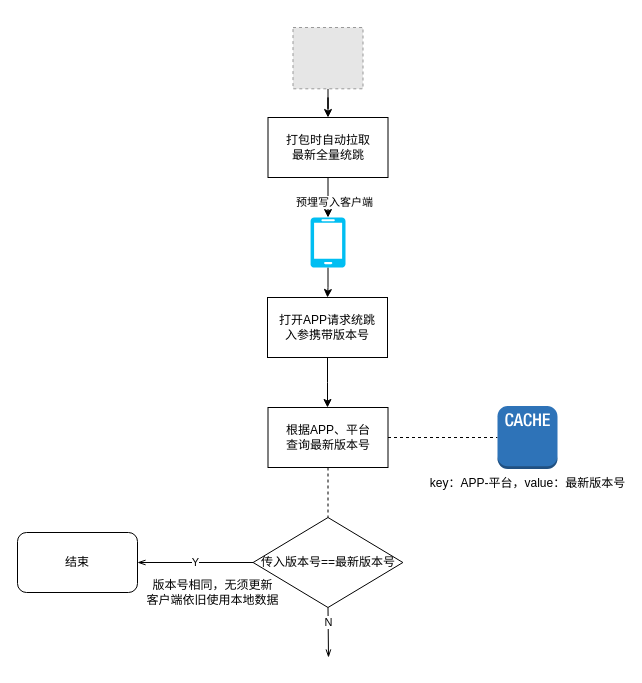
Above: 统跳2.0.drawio in pekah/Draw (draw.io), before the change. Source tidied: cells renumbered, new cells numbered last; positions are measured from the earlier drawing's top-left corner, leaving out a move shared by most shapes. Both pictures are drawn from the tidied source at 100%, with x=0, y=0 at pixel (17, 27). Pictures stored in the file or linked from it are replaced by grey dashed boxes.
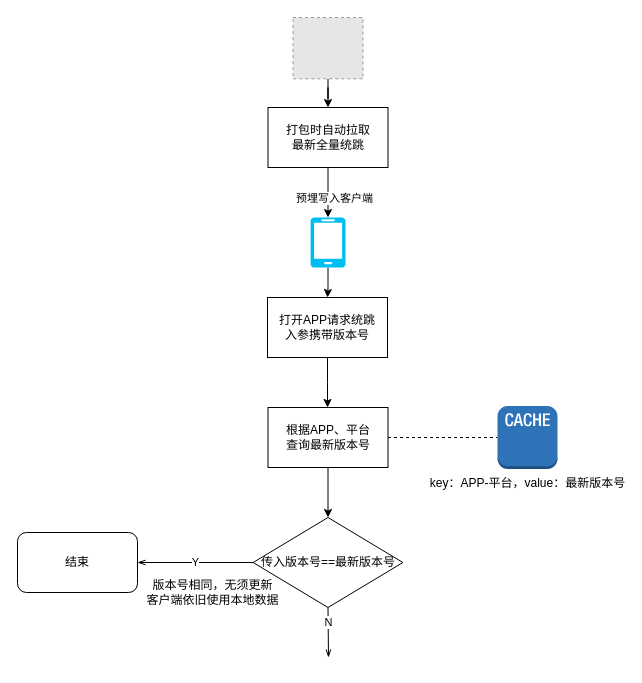
After the change.

The change refers to these unchanged cells:
```xml
<mxCell id="5" style="verticalLabelPosition=bottom;html=1;verticalAlign=top;align=center;strokeColor=none;fillColor=#00BEF2;shape=mxgraph.azure.mobile;" parent="1" vertex="1">
  <mxGeometry x="293" y="190" width="35" height="50" as="geometry" />
</mxCell>
<mxCell id="13" value="根据APP、平台&lt;br&gt;查询最新版本号" style="rounded=0;whiteSpace=wrap;html=1;" parent="1" vertex="1">
  <mxGeometry x="250.5" y="380" width="120" height="60" as="geometry" />
</mxCell>
<mxCell id="18" value="传入版本号==最新版本号" style="rhombus;whiteSpace=wrap;html=1;rounded=0;" parent="1" vertex="1">
  <mxGeometry x="235.6" y="490" width="149.8" height="90" as="geometry" />
</mxCell>
```

What changed in the source:
```diff
@@
     <mxCell id="3" style="fillColor=#E6E6E6;strokeColor=#999999;dashed=1;verticalLabelPosition=bottom;labelBackgroundColor=#ffffff;verticalAlign=top;" parent="1" vertex="1">
-      <mxGeometry x="275.5" width="70" height="61.3" as="geometry" />
+      <mxGeometry x="275.5" y="-10" width="70" height="61.3" as="geometry" />
     </mxCell>
@@
-    <mxCell id="8" style="edgeStyle=orthogonalEdgeStyle;rounded=0;jettySize=auto;html=1;" parent="1" edge="1" source="10" target="5">
+    <mxCell id="8" style="edgeStyle=orthogonalEdgeStyle;rounded=0;jettySize=auto;html=1;entryX=0.5;entryY=0;entryDx=0;entryDy=0;entryPerimeter=0;" parent="1" edge="1" source="10" target="5">
       <mxGeometry relative="1" as="geometry" />
     </mxCell>
@@
     <mxCell id="10" value="打包时自动拉取&lt;br&gt;最新全量统跳" style="rounded=0;whiteSpace=wrap;html=1;" parent="1" vertex="1">
-      <mxGeometry x="250.5" y="90" width="120" height="60" as="geometry" />
+      <mxGeometry x="250.5" y="80" width="120" height="60" as="geometry" />
     </mxCell>
@@
-    <mxCell id="12" style="edgeStyle=none;rounded=0;jettySize=auto;html=1;dashed=1;endArrow=none;endFill=0;" parent="1" edge="1" source="13" target="18">
+    <mxCell id="12" style="edgeStyle=orthogonalEdgeStyle;rounded=0;jettySize=auto;html=1;entryX=0.5;entryY=0;entryDx=0;entryDy=0;" parent="1" edge="1" source="13" target="18">
       <mxGeometry relative="1" as="geometry" />
     </mxCell>
```
